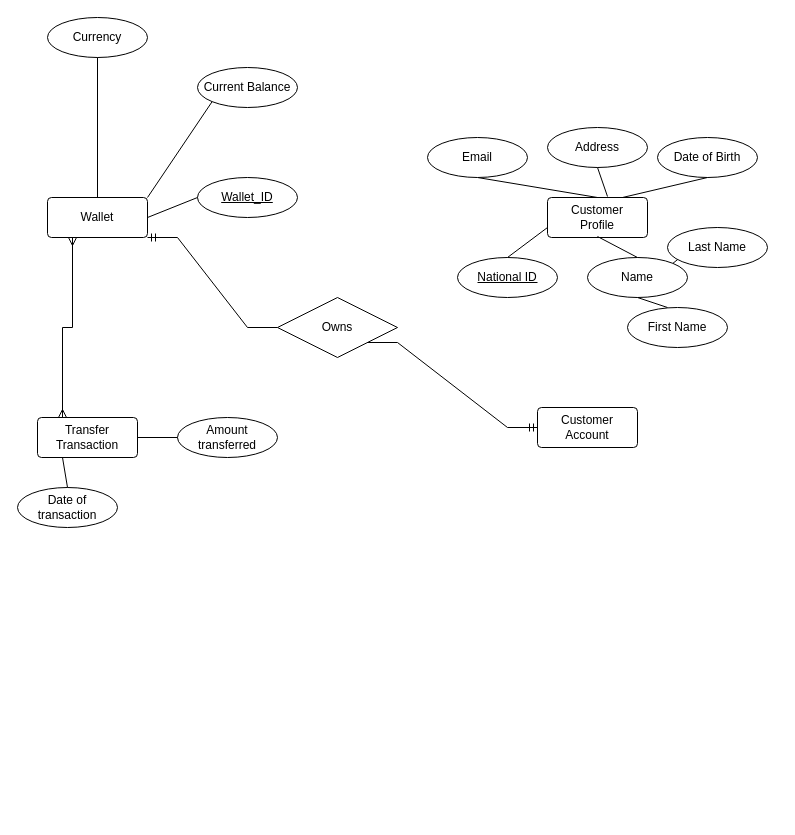
This is Untitled Diagram.drawio from itsfadymate/Customer-Data-Management-System, a draw.io file, before an edit. Source tidied: cells renumbered, new cells numbered last; positions are measured from the earlier drawing's top-left corner, leaving out a move shared by most shapes. Both pictures are drawn from the tidied source at 100%, with x=0, y=0 at pixel (17, 17).
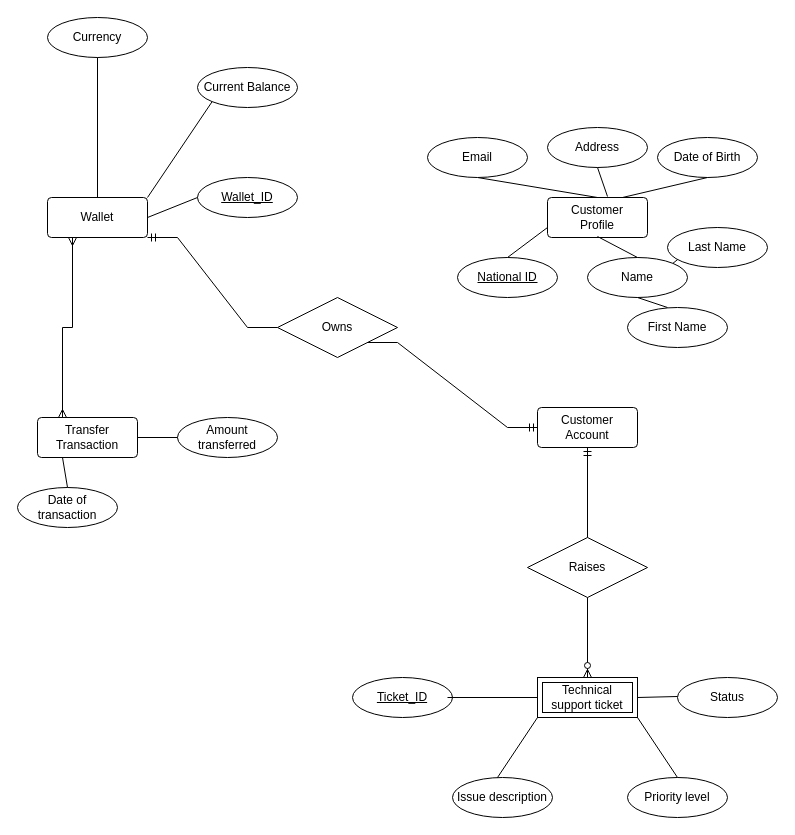
Above is the later version.

Commit message:
Added technical support ticket entity

The change refers to these unchanged cells:
```xml
<mxCell id="11" value="Customer Account" style="rounded=1;arcSize=10;whiteSpace=wrap;html=1;align=center;" parent="1" vertex="1">
  <mxGeometry x="520" y="390" width="100" height="40" as="geometry" />
</mxCell>
```

The edit, as a diff of the source:
```diff
@@
+    <mxCell id="36" value="Raises" style="shape=rhombus;perimeter=rhombusPerimeter;whiteSpace=wrap;html=1;align=center;" parent="1" vertex="1">
+      <mxGeometry x="510" y="520" width="120" height="60" as="geometry" />
+    </mxCell>
@@
+    <mxCell id="37" value="Technical support ticket" style="shape=ext;margin=3;double=1;whiteSpace=wrap;html=1;align=center;" parent="1" vertex="1">
+      <mxGeometry x="520" y="660" width="100" height="40" as="geometry" />
+    </mxCell>
@@
+    <mxCell id="38" style="fontSize=12;html=1;endArrow=ERmandOne;rounded=0;entryX=0.5;entryY=1;entryDx=0;entryDy=0;exitX=0.5;exitY=0;exitDx=0;exitDy=0;" parent="1" edge="1" source="36" target="11">
+      <mxGeometry relative="1" as="geometry" />
+    </mxCell>
@@
+    <mxCell id="39" style="fontSize=12;html=1;endArrow=ERzeroToMany;endFill=1;rounded=0;entryX=0.5;entryY=0;entryDx=0;entryDy=0;exitX=0.5;exitY=1;exitDx=0;exitDy=0;" parent="1" edge="1" source="36" target="37">
+      <mxGeometry relative="1" as="geometry" />
+    </mxCell>
@@
+    <mxCell id="40" value="Ticket_ID" style="ellipse;whiteSpace=wrap;html=1;align=center;fontStyle=4;" parent="1" vertex="1">
+      <mxGeometry x="335" y="660" width="100" height="40" as="geometry" />
+    </mxCell>
@@
+    <mxCell id="41" value="Issue description" style="ellipse;whiteSpace=wrap;html=1;align=center;" parent="1" vertex="1">
+      <mxGeometry x="435" y="760" width="100" height="40" as="geometry" />
+    </mxCell>
@@
+    <mxCell id="42" value="Status" style="ellipse;whiteSpace=wrap;html=1;align=center;" parent="1" vertex="1">
+      <mxGeometry x="660" y="660" width="100" height="40" as="geometry" />
+    </mxCell>
+    <mxCell id="43" value="Priority level" style="ellipse;whiteSpace=wrap;html=1;align=center;" parent="1" vertex="1">
+      <mxGeometry x="610" y="760" width="100" height="40" as="geometry" />
+    </mxCell>
+    <mxCell id="44" style="endArrow=none;html=1;rounded=0;" parent="1" edge="1">
+      <mxGeometry relative="1" as="geometry">
+        <mxPoint x="430" y="680" as="sourcePoint" />
+        <mxPoint x="520" y="680" as="targetPoint" />
+      </mxGeometry>
+    </mxCell>
+    <mxCell id="45" style="endArrow=none;html=1;rounded=0;exitX=1;exitY=0.5;exitDx=0;exitDy=0;" parent="1" edge="1" source="37">
+      <mxGeometry relative="1" as="geometry">
+        <mxPoint x="660" y="679" as="targetPoint" />
+      </mxGeometry>
+    </mxCell>
+    <mxCell id="46" style="endArrow=none;html=1;rounded=0;entryX=0;entryY=1;entryDx=0;entryDy=0;" parent="1" edge="1" target="37">
+      <mxGeometry relative="1" as="geometry">
+        <mxPoint x="480" y="760" as="sourcePoint" />
+      </mxGeometry>
+    </mxCell>
+    <mxCell id="47" style="endArrow=none;html=1;rounded=0;entryX=1;entryY=1;entryDx=0;entryDy=0;exitX=0.5;exitY=0;exitDx=0;exitDy=0;" parent="1" edge="1" source="43" target="37">
+      <mxGeometry relative="1" as="geometry" />
+    </mxCell>
```
